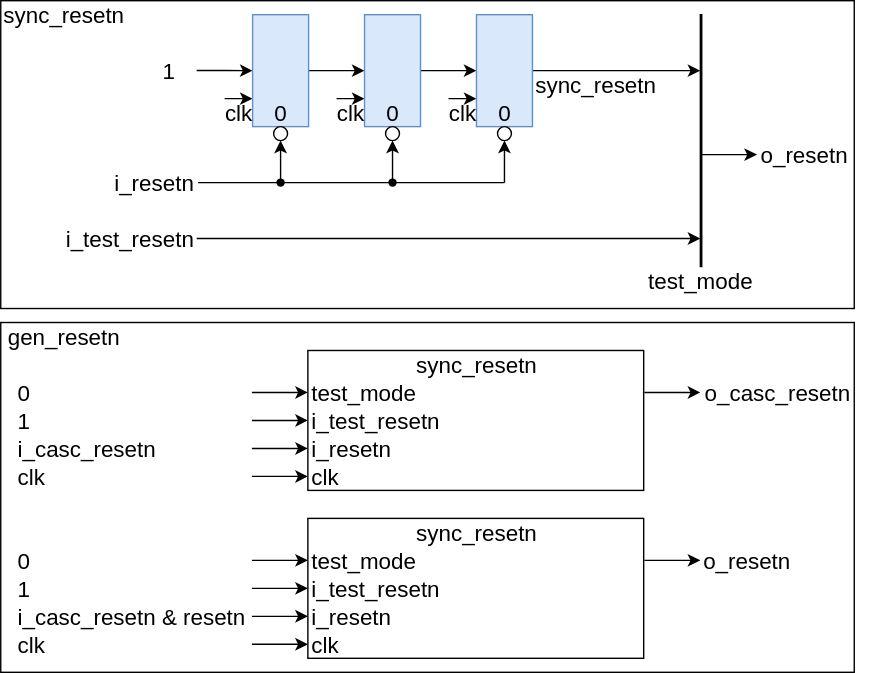
Before: de/platform_clk_resetn_gen/sync_resetn/include/resetn_design.svg, a diagram exported from draw.io (jnjnliwenjie0022/obs). Source tidied: cells renumbered, new cells last; positions are measured from the earlier drawing's top-left corner, leaving out a move shared by most shapes.
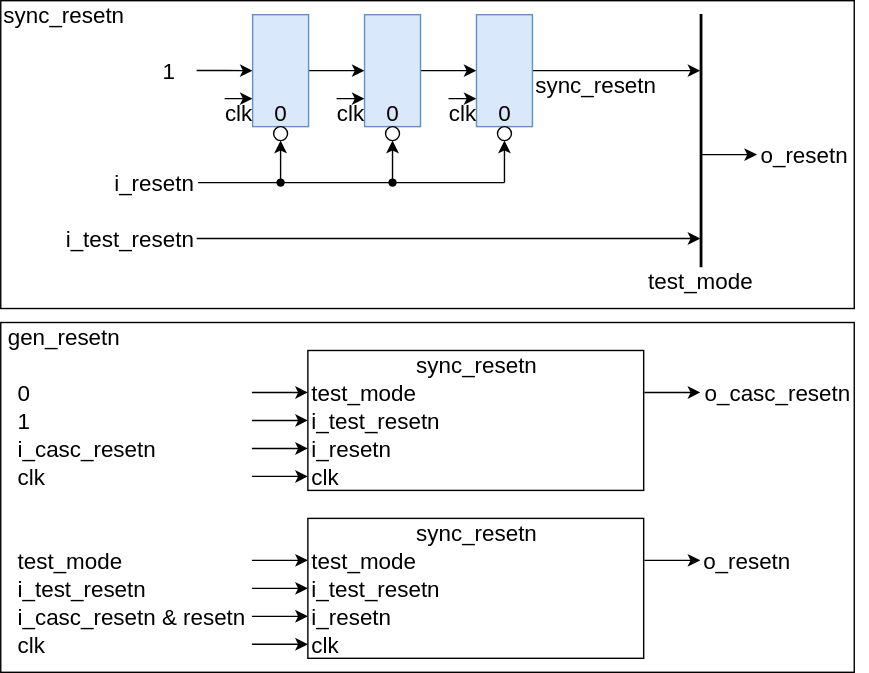
The same diagram one commit later.

Diff of the diagram source:
```diff
@@ -248,10 +248,10 @@
     <mxCell id="67" value="i_casc_resetn &amp;amp; resetn" style="rounded=0;whiteSpace=wrap;html=1;fontSize=16;fillColor=none;strokeColor=none;align=left;" parent="1" vertex="1">
       <mxGeometry x="10" y="430" width="169.5" height="20" as="geometry" />
     </mxCell>
-    <mxCell id="68" value="0" style="rounded=0;whiteSpace=wrap;html=1;fontSize=16;fillColor=none;strokeColor=none;align=left;" parent="1" vertex="1">
+    <mxCell id="68" value="test_mode" style="rounded=0;whiteSpace=wrap;html=1;fontSize=16;fillColor=none;strokeColor=none;align=left;" parent="1" vertex="1">
       <mxGeometry x="10" y="390" width="169.5" height="20" as="geometry" />
     </mxCell>
-    <mxCell id="69" value="1" style="rounded=0;whiteSpace=wrap;html=1;fontSize=16;fillColor=none;strokeColor=none;align=left;" parent="1" vertex="1">
+    <mxCell id="69" value="i_test_resetn" style="rounded=0;whiteSpace=wrap;html=1;fontSize=16;fillColor=none;strokeColor=none;align=left;" parent="1" vertex="1">
       <mxGeometry x="10" y="410" width="169.5" height="20" as="geometry" />
     </mxCell>
     <mxCell id="70" value="&lt;span style=&quot;&quot;&gt;o_resetn&lt;/span&gt;" style="rounded=0;whiteSpace=wrap;html=1;fontSize=16;fillColor=none;strokeColor=none;align=left;" parent="1" vertex="1">
```
